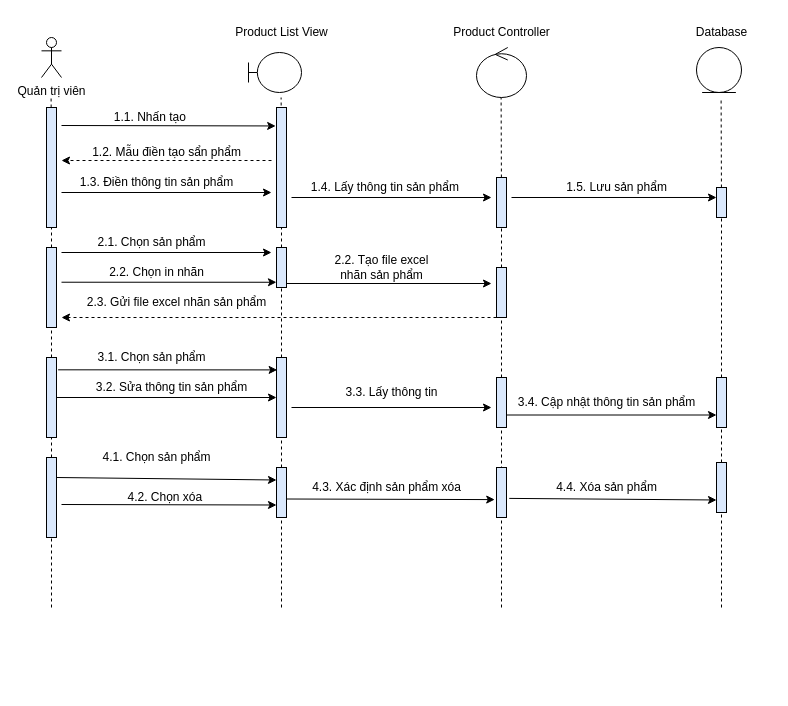
EdgarIgnite16/SGU-Course keeps this draw.io diagram as Nam3_HK1/CNPM_SoftTech/Sequence Diagrams/Quân Huỳnh/SD_QuảnLýSảnPhẩm.drawio. Above is the earlier version. Source tidied: cells renumbered, new cells numbered last; positions are measured from the earlier drawing's top-left corner, leaving out a move shared by most shapes. Both pictures are drawn from the tidied source at 100%, with x=0, y=0 at pixel (41, 17).
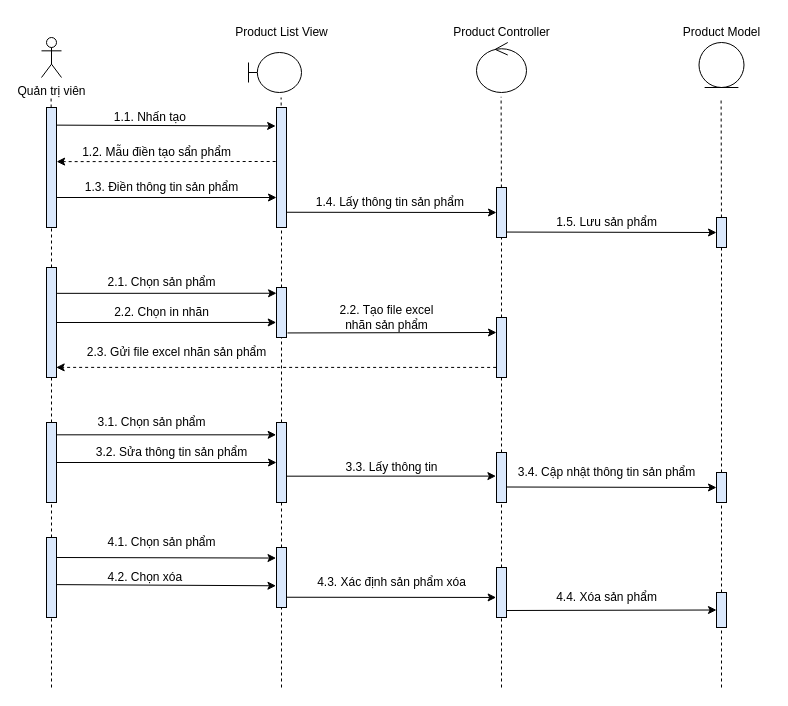
The same page after the edit.

The change refers to these unchanged cells:
```xml
<mxCell id="8" style="rounded=0;whiteSpace=wrap;html=1;fillColor=#DAE8FC;" parent="1" vertex="1">
  <mxGeometry x="5" y="90" width="10" height="120" as="geometry" />
</mxCell>
<mxCell id="22" style="rounded=0;whiteSpace=wrap;html=1;fillColor=#DAE8FC;" parent="1" vertex="1">
  <mxGeometry x="235" y="100" width="10" height="50" as="geometry" />
</mxCell>
<mxCell id="23" style="rounded=0;whiteSpace=wrap;html=1;fillColor=#DAE8FC;" parent="1" vertex="1">
  <mxGeometry x="235" y="90" width="10" height="120" as="geometry" />
</mxCell>
```

Diff of the diagram source:
```diff
@@
-    <mxCell id="9" style="endArrow=none;dashed=1;html=1;rounded=0;startArrow=none;" parent="1" edge="1" source="32" target="8">
+    <mxCell id="9" style="endArrow=none;dashed=1;html=1;rounded=0;startArrow=none;entryX=0.5;entryY=1;entryDx=0;entryDy=0;" parent="1" edge="1" source="32" target="8">
       <mxGeometry relative="1" as="geometry" />
     </mxCell>
-    <mxCell id="10" style="endArrow=classic;html=1;rounded=0;entryX=-0.082;entryY=0.169;entryDx=0;entryDy=0;entryPerimeter=0;" parent="1" edge="1" target="22">
-      <mxGeometry relative="1" as="geometry">
-        <mxPoint x="20" y="108" as="sourcePoint" />
-      </mxGeometry>
+    <mxCell id="10" style="endArrow=classic;html=1;rounded=0;entryX=-0.085;entryY=0.154;entryDx=0;entryDy=0;entryPerimeter=0;exitX=1.007;exitY=0.147;exitDx=0;exitDy=0;exitPerimeter=0;" parent="1" edge="1" source="8" target="23">
+      <mxGeometry relative="1" as="geometry" />
     </mxCell>
@@
     <mxCell id="12" style="rounded=0;whiteSpace=wrap;html=1;fillColor=#DAE8FC;" parent="1" vertex="1">
-      <mxGeometry x="455" y="160" width="10" height="50" as="geometry" />
+      <mxGeometry x="455" y="170" width="10" height="50" as="geometry" />
     </mxCell>
-    <mxCell id="13" style="endArrow=none;dashed=1;html=1;rounded=0;startArrow=none;" parent="1" edge="1" source="38" target="12">
+    <mxCell id="13" style="endArrow=none;dashed=1;html=1;rounded=0;startArrow=none;entryX=0.5;entryY=1;entryDx=0;entryDy=0;" parent="1" edge="1" source="38" target="12">
       <mxGeometry relative="1" as="geometry" />
     </mxCell>
     <mxCell id="14" style="rounded=0;whiteSpace=wrap;html=1;fillColor=#DAE8FC;" parent="1" vertex="1">
-      <mxGeometry x="675" y="170" width="10" height="30" as="geometry" />
+      <mxGeometry x="675" y="200" width="10" height="30" as="geometry" />
     </mxCell>
@@
     <mxCell id="19" style="ellipse;shape=umlControl;whiteSpace=wrap;html=1;" parent="1" vertex="1">
-      <mxGeometry x="435" y="30" width="50" height="50" as="geometry" />
+      <mxGeometry x="435" y="25" width="50" height="50" as="geometry" />
     </mxCell>
-    <mxCell id="20" value="Database" style="text;html=1;align=center;verticalAlign=middle;strokeColor=none;fillColor=none;" parent="1" vertex="1">
-      <mxGeometry x="645" width="70" height="30" as="geometry" />
+    <mxCell id="20" value="Product Model" style="text;html=1;align=center;verticalAlign=middle;strokeColor=none;fillColor=none;" parent="1" vertex="1">
+      <mxGeometry x="630" width="100" height="30" as="geometry" />
     </mxCell>
     <mxCell id="21" style="ellipse;shape=umlEntity;whiteSpace=wrap;html=1;" parent="1" vertex="1">
-      <mxGeometry x="655" y="30" width="45" height="45" as="geometry" />
+      <mxGeometry x="657.5" y="25" width="45" height="45" as="geometry" />
     </mxCell>
@@
-    <mxCell id="24" style="endArrow=classic;html=1;rounded=0;dashed=1;" parent="1" edge="1">
-      <mxGeometry relative="1" as="geometry">
-        <mxPoint x="230" y="143" as="sourcePoint" />
-        <mxPoint x="20" y="143" as="targetPoint" />
-      </mxGeometry>
+    <mxCell id="24" style="endArrow=classic;html=1;rounded=0;dashed=1;exitX=-0.084;exitY=0.45;exitDx=0;exitDy=0;exitPerimeter=0;entryX=1.011;entryY=0.451;entryDx=0;entryDy=0;entryPerimeter=0;" parent="1" edge="1" source="23" target="8">
+      <mxGeometry relative="1" as="geometry" />
     </mxCell>
     <mxCell id="25" value="1.2. Mẫu điền tạo sẩn phẩm" style="text;html=1;align=center;verticalAlign=middle;strokeColor=none;fillColor=none;fontSize=12;" parent="1" vertex="1">
-      <mxGeometry x="40" y="120" width="170" height="30" as="geometry" />
+      <mxGeometry x="30" y="120" width="170" height="30" as="geometry" />
     </mxCell>
-    <mxCell id="26" style="endArrow=classic;html=1;rounded=0;fontSize=11;" parent="1" edge="1">
-      <mxGeometry relative="1" as="geometry">
-        <mxPoint x="20" y="175" as="sourcePoint" />
-        <mxPoint x="230" y="175" as="targetPoint" />
-      </mxGeometry>
+    <mxCell id="26" style="endArrow=classic;html=1;rounded=0;fontSize=11;exitX=1;exitY=0.75;exitDx=0;exitDy=0;entryX=0;entryY=0.75;entryDx=0;entryDy=0;" parent="1" edge="1" source="8" target="23">
+      <mxGeometry relative="1" as="geometry" />
     </mxCell>
     <mxCell id="27" value="1.3. Điền thông tin sản phẩm" style="text;html=1;align=center;verticalAlign=middle;strokeColor=none;fillColor=none;fontSize=12;" parent="1" vertex="1">
-      <mxGeometry x="25" y="150" width="180" height="30" as="geometry" />
+      <mxGeometry x="30" y="155" width="180" height="30" as="geometry" />
     </mxCell>
-    <mxCell id="28" style="endArrow=classic;html=1;rounded=0;fontSize=12;" parent="1" edge="1">
-      <mxGeometry relative="1" as="geometry">
-        <mxPoint x="250" y="180" as="sourcePoint" />
-        <mxPoint x="450" y="180" as="targetPoint" />
-      </mxGeometry>
+    <mxCell id="28" style="endArrow=classic;html=1;rounded=0;fontSize=12;exitX=1.033;exitY=0.873;exitDx=0;exitDy=0;exitPerimeter=0;entryX=0;entryY=0.5;entryDx=0;entryDy=0;" parent="1" edge="1" source="23" target="12">
+      <mxGeometry relative="1" as="geometry" />
     </mxCell>
     <mxCell id="29" value="1.4. Lấy thông tin sản phẩm&amp;nbsp;" style="text;html=1;align=center;verticalAlign=middle;strokeColor=none;fillColor=none;fontSize=12;" parent="1" vertex="1">
-      <mxGeometry x="260" y="155" width="170" height="30" as="geometry" />
+      <mxGeometry x="265" y="170" width="170" height="30" as="geometry" />
     </mxCell>
-    <mxCell id="30" style="endArrow=classic;html=1;rounded=0;fontSize=12;entryX=0;entryY=0.333;entryDx=0;entryDy=0;entryPerimeter=0;" parent="1" edge="1" target="14">
-      <mxGeometry relative="1" as="geometry">
-        <mxPoint x="470" y="180" as="sourcePoint" />
-      </mxGeometry>
+    <mxCell id="30" style="endArrow=classic;html=1;rounded=0;fontSize=12;exitX=1.042;exitY=0.891;exitDx=0;exitDy=0;entryX=0;entryY=0.5;entryDx=0;entryDy=0;exitPerimeter=0;" parent="1" edge="1" source="12" target="14">
+      <mxGeometry relative="1" as="geometry" />
     </mxCell>
     <mxCell id="31" value="1.5. Lưu sản phẩm" style="text;html=1;align=center;verticalAlign=middle;strokeColor=none;fillColor=none;fontSize=12;" parent="1" vertex="1">
-      <mxGeometry x="515" y="155" width="120" height="30" as="geometry" />
+      <mxGeometry x="505" y="190" width="120" height="30" as="geometry" />
     </mxCell>
     <mxCell id="32" style="rounded=0;whiteSpace=wrap;html=1;fillColor=#DAE8FC;" parent="1" vertex="1">
-      <mxGeometry x="5" y="230" width="10" height="80" as="geometry" />
+      <mxGeometry x="5" y="250" width="10" height="110" as="geometry" />
     </mxCell>
@@
     <mxCell id="34" style="rounded=0;whiteSpace=wrap;html=1;fillColor=#DAE8FC;" parent="1" vertex="1">
-      <mxGeometry x="235" y="230" width="10" height="40" as="geometry" />
+      <mxGeometry x="235" y="270" width="10" height="50" as="geometry" />
     </mxCell>
@@
-    <mxCell id="36" style="endArrow=classic;html=1;rounded=0;fontSize=12;" parent="1" edge="1">
-      <mxGeometry relative="1" as="geometry">
-        <mxPoint x="20" y="235" as="sourcePoint" />
-        <mxPoint x="230" y="235" as="targetPoint" />
-      </mxGeometry>
+    <mxCell id="36" style="endArrow=classic;html=1;rounded=0;fontSize=12;entryX=0.007;entryY=0.115;entryDx=0;entryDy=0;exitX=1.056;exitY=0.235;exitDx=0;exitDy=0;exitPerimeter=0;entryPerimeter=0;" parent="1" edge="1" source="32" target="34">
+      <mxGeometry relative="1" as="geometry" />
     </mxCell>
     <mxCell id="37" value="2.1. Chọn sản phẩm" style="text;html=1;align=center;verticalAlign=middle;strokeColor=none;fillColor=none;fontSize=12;" parent="1" vertex="1">
-      <mxGeometry x="45" y="210" width="130" height="30" as="geometry" />
+      <mxGeometry x="55" y="250" width="130" height="30" as="geometry" />
     </mxCell>
     <mxCell id="38" style="rounded=0;whiteSpace=wrap;html=1;fillColor=#DAE8FC;" parent="1" vertex="1">
-      <mxGeometry x="455" y="250" width="10" height="50" as="geometry" />
+      <mxGeometry x="455" y="300" width="10" height="60" as="geometry" />
     </mxCell>
@@
-    <mxCell id="40" style="endArrow=classic;html=1;rounded=0;exitX=0.992;exitY=0.9;exitDx=0;exitDy=0;exitPerimeter=0;" parent="1" edge="1" source="34">
-      <mxGeometry relative="1" as="geometry">
-        <mxPoint x="450" y="266" as="targetPoint" />
-      </mxGeometry>
+    <mxCell id="40" style="endArrow=classic;html=1;rounded=0;exitX=1.103;exitY=0.909;exitDx=0;exitDy=0;exitPerimeter=0;entryX=0;entryY=0.25;entryDx=0;entryDy=0;" parent="1" edge="1" source="34" target="38">
+      <mxGeometry relative="1" as="geometry" />
     </mxCell>
     <mxCell id="41" value="2.2. Tạo file excel &lt;br&gt;nhãn sản phẩm" style="text;html=1;align=center;verticalAlign=middle;strokeColor=none;fillColor=none;" parent="1" vertex="1">
-      <mxGeometry x="280" y="230" width="120" height="40" as="geometry" />
+      <mxGeometry x="285" y="280" width="120" height="40" as="geometry" />
     </mxCell>
-    <mxCell id="42" style="endArrow=classic;html=1;rounded=0;dashed=1;exitX=0;exitY=1;exitDx=0;exitDy=0;" parent="1" edge="1" source="38">
-      <mxGeometry relative="1" as="geometry">
-        <mxPoint x="20" y="300" as="targetPoint" />
-      </mxGeometry>
+    <mxCell id="42" style="endArrow=classic;html=1;rounded=0;dashed=1;exitX=-0.037;exitY=0.832;exitDx=0;exitDy=0;exitPerimeter=0;entryX=0.967;entryY=0.908;entryDx=0;entryDy=0;entryPerimeter=0;" parent="1" edge="1" source="38" target="32">
+      <mxGeometry relative="1" as="geometry" />
     </mxCell>
     <mxCell id="43" value="2.3. Gửi file excel nhãn sản phẩm" style="text;html=1;align=center;verticalAlign=middle;strokeColor=none;fillColor=none;" parent="1" vertex="1">
-      <mxGeometry x="35" y="270" width="200" height="30" as="geometry" />
+      <mxGeometry x="35" y="320" width="200" height="30" as="geometry" />
     </mxCell>
     <mxCell id="44" style="rounded=0;whiteSpace=wrap;html=1;fillColor=#DAE8FC;" parent="1" vertex="1">
-      <mxGeometry x="5" y="340" width="10" height="80" as="geometry" />
+      <mxGeometry x="5" y="405" width="10" height="80" as="geometry" />
     </mxCell>
     <mxCell id="45" style="endArrow=none;dashed=1;html=1;rounded=0;startArrow=none;" parent="1" edge="1" target="44">
       <mxGeometry relative="1" as="geometry">
-        <mxPoint x="10" y="590" as="sourcePoint" />
+        <mxPoint x="10" y="670" as="sourcePoint" />
       </mxGeometry>
     </mxCell>
     <mxCell id="46" style="rounded=0;whiteSpace=wrap;html=1;fillColor=#DAE8FC;" parent="1" vertex="1">
-      <mxGeometry x="235" y="340" width="10" height="80" as="geometry" />
+      <mxGeometry x="235" y="405" width="10" height="80" as="geometry" />
     </mxCell>
@@
-    <mxCell id="48" style="endArrow=classic;html=1;rounded=0;exitX=1.161;exitY=0.154;exitDx=0;exitDy=0;exitPerimeter=0;entryX=0.064;entryY=0.155;entryDx=0;entryDy=0;entryPerimeter=0;" parent="1" edge="1" source="44" target="46">
+    <mxCell id="48" style="endArrow=classic;html=1;rounded=0;exitX=1.019;exitY=0.154;exitDx=0;exitDy=0;exitPerimeter=0;entryX=-0.034;entryY=0.154;entryDx=0;entryDy=0;entryPerimeter=0;" parent="1" edge="1" source="44" target="46">
       <mxGeometry relative="1" as="geometry" />
     </mxCell>
     <mxCell id="49" value="3.1. Chọn sản phẩm" style="text;html=1;align=center;verticalAlign=middle;strokeColor=none;fillColor=none;" parent="1" vertex="1">
-      <mxGeometry x="45" y="325" width="130" height="30" as="geometry" />
+      <mxGeometry x="45" y="390" width="130" height="30" as="geometry" />
     </mxCell>
@@
     <mxCell id="51" value="3.2. Sửa thông tin sản phẩm" style="text;html=1;align=center;verticalAlign=middle;strokeColor=none;fillColor=none;" parent="1" vertex="1">
-      <mxGeometry x="45" y="355" width="170" height="30" as="geometry" />
+      <mxGeometry x="45" y="420" width="170" height="30" as="geometry" />
     </mxCell>
     <mxCell id="52" style="rounded=0;whiteSpace=wrap;html=1;fillColor=#DAE8FC;" parent="1" vertex="1">
-      <mxGeometry x="455" y="360" width="10" height="50" as="geometry" />
+      <mxGeometry x="455" y="435" width="10" height="50" as="geometry" />
     </mxCell>
-    <mxCell id="53" style="endArrow=none;dashed=1;html=1;rounded=0;startArrow=none;" parent="1" edge="1" target="52">
-      <mxGeometry relative="1" as="geometry">
-        <mxPoint x="460" y="590" as="sourcePoint" />
-      </mxGeometry>
+    <mxCell id="53" style="endArrow=none;dashed=1;html=1;rounded=0;startArrow=none;" parent="1" edge="1" source="69" target="52">
+      <mxGeometry relative="1" as="geometry" />
     </mxCell>
-    <mxCell id="54" style="endArrow=classic;html=1;rounded=0;" parent="1" edge="1">
-      <mxGeometry relative="1" as="geometry">
-        <mxPoint x="250" y="390" as="sourcePoint" />
-        <mxPoint x="450" y="390" as="targetPoint" />
-      </mxGeometry>
+    <mxCell id="54" style="endArrow=classic;html=1;rounded=0;exitX=1.011;exitY=0.671;exitDx=0;exitDy=0;exitPerimeter=0;entryX=-0.058;entryY=0.472;entryDx=0;entryDy=0;entryPerimeter=0;" parent="1" edge="1" source="46" target="52">
+      <mxGeometry relative="1" as="geometry" />
     </mxCell>
     <mxCell id="55" value="3.3. Lấy thông tin" style="text;html=1;align=center;verticalAlign=middle;strokeColor=none;fillColor=none;" parent="1" vertex="1">
-      <mxGeometry x="290" y="360" width="120" height="30" as="geometry" />
+      <mxGeometry x="290" y="435" width="120" height="30" as="geometry" />
     </mxCell>
     <mxCell id="56" style="rounded=0;whiteSpace=wrap;html=1;fillColor=#DAE8FC;" parent="1" vertex="1">
-      <mxGeometry x="675" y="360" width="10" height="50" as="geometry" />
+      <mxGeometry x="675" y="455" width="10" height="30" as="geometry" />
     </mxCell>
-    <mxCell id="57" style="endArrow=none;dashed=1;html=1;rounded=0;startArrow=none;" parent="1" edge="1" source="72" target="56">
+    <mxCell id="57" style="endArrow=none;dashed=1;html=1;rounded=0;startArrow=none;entryX=0.5;entryY=1;entryDx=0;entryDy=0;" parent="1" edge="1" source="72" target="56">
       <mxGeometry relative="1" as="geometry" />
     </mxCell>
-    <mxCell id="58" style="endArrow=classic;html=1;rounded=0;exitX=1;exitY=0.75;exitDx=0;exitDy=0;entryX=0;entryY=0.75;entryDx=0;entryDy=0;" parent="1" edge="1" source="52" target="56">
+    <mxCell id="58" style="endArrow=classic;html=1;rounded=0;exitX=0.949;exitY=0.69;exitDx=0;exitDy=0;entryX=0;entryY=0.5;entryDx=0;entryDy=0;exitPerimeter=0;" parent="1" edge="1" source="52" target="56">
       <mxGeometry relative="1" as="geometry" />
     </mxCell>
     <mxCell id="59" value="3.4. Cập nhật thông tin sản phẩm" style="text;html=1;align=center;verticalAlign=middle;strokeColor=none;fillColor=none;" parent="1" vertex="1">
-      <mxGeometry x="465" y="370" width="200" height="30" as="geometry" />
+      <mxGeometry x="465" y="440" width="200" height="30" as="geometry" />
     </mxCell>
-    <mxCell id="60" style="endArrow=classic;html=1;rounded=0;entryX=-0.005;entryY=0.869;entryDx=0;entryDy=0;entryPerimeter=0;exitX=1.5;exitY=0.434;exitDx=0;exitDy=0;exitPerimeter=0;" parent="1" edge="1" source="32" target="34">
+    <mxCell id="60" style="endArrow=classic;html=1;rounded=0;entryX=-0.028;entryY=0.699;entryDx=0;entryDy=0;entryPerimeter=0;exitX=1;exitY=0.5;exitDx=0;exitDy=0;" parent="1" edge="1" source="32" target="34">
       <mxGeometry relative="1" as="geometry" />
     </mxCell>
     <mxCell id="61" value="2.2. Chọn in nhãn" style="text;html=1;align=center;verticalAlign=middle;strokeColor=none;fillColor=none;" parent="1" vertex="1">
-      <mxGeometry x="55" y="240" width="120" height="30" as="geometry" />
+      <mxGeometry x="60" y="280" width="120" height="30" as="geometry" />
     </mxCell>
     <mxCell id="62" style="rounded=0;whiteSpace=wrap;html=1;fillColor=#DAE8FC;" parent="1" vertex="1">
-      <mxGeometry x="5" y="440" width="10" height="80" as="geometry" />
+      <mxGeometry x="5" y="520" width="10" height="80" as="geometry" />
     </mxCell>
-    <mxCell id="63" style="endArrow=classic;html=1;rounded=0;exitX=1;exitY=0.25;exitDx=0;exitDy=0;entryX=0;entryY=0.25;entryDx=0;entryDy=0;" parent="1" edge="1" source="62" target="64">
+    <mxCell id="63" style="endArrow=classic;html=1;rounded=0;exitX=1;exitY=0.25;exitDx=0;exitDy=0;entryX=-0.047;entryY=0.176;entryDx=0;entryDy=0;entryPerimeter=0;" parent="1" edge="1" source="62" target="64">
       <mxGeometry relative="1" as="geometry" />
     </mxCell>
     <mxCell id="64" style="rounded=0;whiteSpace=wrap;html=1;fillColor=#DAE8FC;" parent="1" vertex="1">
-      <mxGeometry x="235" y="450" width="10" height="50" as="geometry" />
+      <mxGeometry x="235" y="530" width="10" height="60" as="geometry" />
     </mxCell>
     <mxCell id="65" style="endArrow=none;dashed=1;html=1;rounded=0;" parent="1" edge="1" target="64">
       <mxGeometry relative="1" as="geometry">
-        <mxPoint x="240" y="590" as="sourcePoint" />
+        <mxPoint x="240" y="670" as="sourcePoint" />
       </mxGeometry>
     </mxCell>
     <mxCell id="66" value="4.1. Chọn sản phẩm" style="text;html=1;align=center;verticalAlign=middle;strokeColor=none;fillColor=none;" parent="1" vertex="1">
-      <mxGeometry x="50" y="425" width="130" height="30" as="geometry" />
+      <mxGeometry x="55" y="510" width="130" height="30" as="geometry" />
     </mxCell>
-    <mxCell id="67" style="endArrow=classic;html=1;rounded=0;entryX=0;entryY=0.75;entryDx=0;entryDy=0;" parent="1" edge="1" target="64">
-      <mxGeometry relative="1" as="geometry">
-        <mxPoint x="20" y="487" as="sourcePoint" />
-      </mxGeometry>
+    <mxCell id="67" style="endArrow=classic;html=1;rounded=0;entryX=-0.054;entryY=0.638;entryDx=0;entryDy=0;exitX=1.015;exitY=0.589;exitDx=0;exitDy=0;exitPerimeter=0;entryPerimeter=0;" parent="1" edge="1" source="62" target="64">
+      <mxGeometry relative="1" as="geometry" />
     </mxCell>
     <mxCell id="68" value="4.2. Chọn xóa&amp;nbsp;" style="text;html=1;align=center;verticalAlign=middle;strokeColor=none;fillColor=none;" parent="1" vertex="1">
-      <mxGeometry x="75" y="465" width="100" height="30" as="geometry" />
+      <mxGeometry x="55" y="545" width="100" height="30" as="geometry" />
     </mxCell>
-    <mxCell id="69" style="rounded=0;whiteSpace=wrap;html=1;fillColor=#DAE8FC;" parent="1" vertex="1">
-      <mxGeometry x="455" y="450" width="10" height="50" as="geometry" />
-    </mxCell>
-    <mxCell id="70" style="endArrow=classic;html=1;rounded=0;exitX=0.973;exitY=0.63;exitDx=0;exitDy=0;exitPerimeter=0;entryX=-0.179;entryY=0.642;entryDx=0;entryDy=0;entryPerimeter=0;" parent="1" edge="1" source="64" target="69">
+    <mxCell id="70" style="endArrow=classic;html=1;rounded=0;exitX=0.975;exitY=0.829;exitDx=0;exitDy=0;exitPerimeter=0;entryX=-0.036;entryY=0.599;entryDx=0;entryDy=0;entryPerimeter=0;" parent="1" edge="1" source="64" target="69">
       <mxGeometry relative="1" as="geometry" />
     </mxCell>
     <mxCell id="71" value="4.3. Xác định sản phẩm xóa" style="text;html=1;align=center;verticalAlign=middle;strokeColor=none;fillColor=none;" parent="1" vertex="1">
-      <mxGeometry x="260" y="455" width="170" height="30" as="geometry" />
+      <mxGeometry x="265" y="550" width="170" height="30" as="geometry" />
     </mxCell>
     <mxCell id="72" style="rounded=0;whiteSpace=wrap;html=1;fillColor=#DAE8FC;" parent="1" vertex="1">
-      <mxGeometry x="675" y="445" width="10" height="50" as="geometry" />
+      <mxGeometry x="675" y="575" width="10" height="35" as="geometry" />
     </mxCell>
     <mxCell id="73" style="endArrow=none;dashed=1;html=1;rounded=0;startArrow=none;" parent="1" edge="1" target="72">
       <mxGeometry relative="1" as="geometry">
-        <mxPoint x="680" y="590" as="sourcePoint" />
+        <mxPoint x="680" y="670" as="sourcePoint" />
       </mxGeometry>
     </mxCell>
-    <mxCell id="74" style="endArrow=classic;html=1;rounded=0;exitX=1.276;exitY=0.618;exitDx=0;exitDy=0;exitPerimeter=0;entryX=0;entryY=0.75;entryDx=0;entryDy=0;" parent="1" edge="1" source="69" target="72">
+    <mxCell id="74" style="endArrow=classic;html=1;rounded=0;exitX=0.985;exitY=0.86;exitDx=0;exitDy=0;exitPerimeter=0;entryX=0;entryY=0.5;entryDx=0;entryDy=0;" parent="1" edge="1" source="69" target="72">
       <mxGeometry relative="1" as="geometry" />
     </mxCell>
     <mxCell id="75" value="4.4. Xóa sản phẩm" style="text;html=1;align=center;verticalAlign=middle;strokeColor=none;fillColor=none;" parent="1" vertex="1">
-      <mxGeometry x="505" y="455" width="120" height="30" as="geometry" />
+      <mxGeometry x="505" y="565" width="120" height="30" as="geometry" />
     </mxCell>
+    <mxCell id="69" style="rounded=0;whiteSpace=wrap;html=1;fillColor=#DAE8FC;" parent="1" vertex="1">
+      <mxGeometry x="455" y="550" width="10" height="50" as="geometry" />
+    </mxCell>
+    <mxCell id="76" style="endArrow=none;dashed=1;html=1;rounded=0;startArrow=none;" parent="1" edge="1" target="69">
+      <mxGeometry relative="1" as="geometry">
+        <mxPoint x="460" y="670" as="sourcePoint" />
+      </mxGeometry>
+    </mxCell>
```
